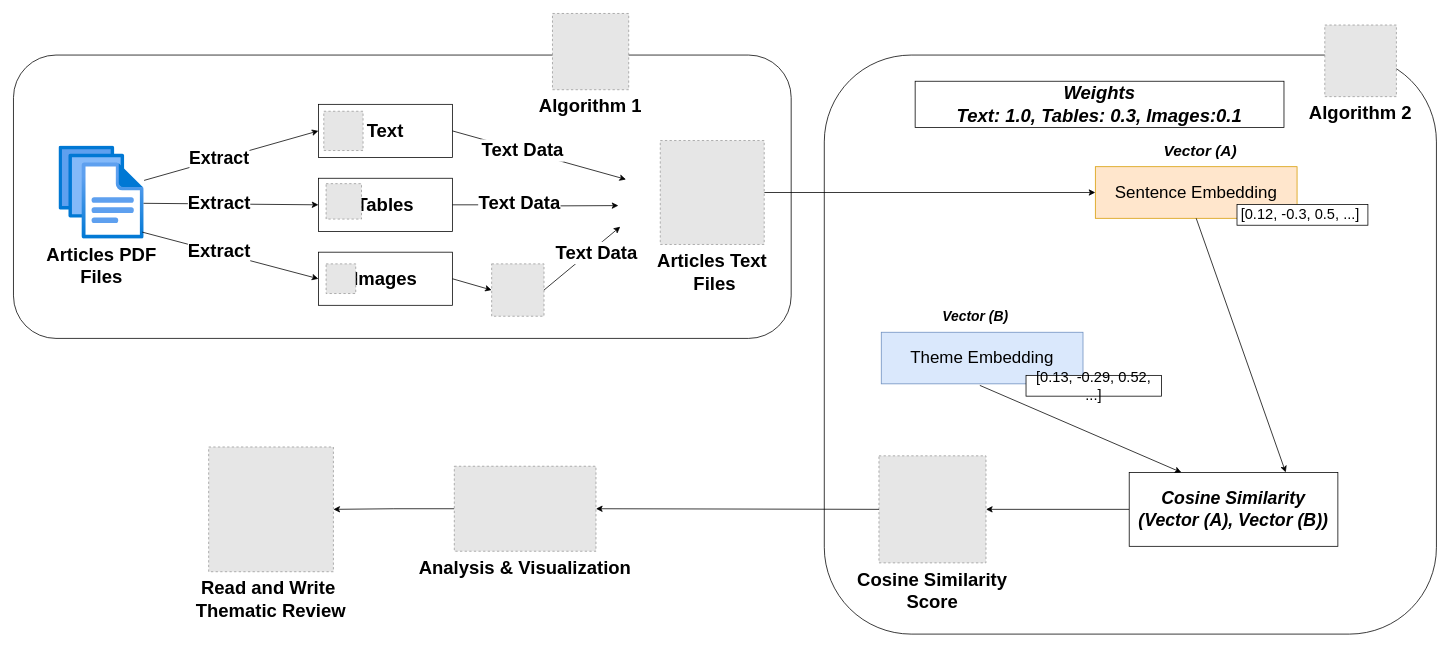
Earlier version of the draw.io diagram LiteratureFramework.drawio (ysenousy/ACC-N-ACE). Source tidied: cells renumbered, new cells numbered last; positions are measured from the earlier drawing's top-left corner, leaving out a move shared by most shapes. Both pictures are drawn from the tidied source at 77%, with x=0, y=0 at pixel (13, 13). Pictures stored in the file or linked from it are replaced by grey dashed boxes.
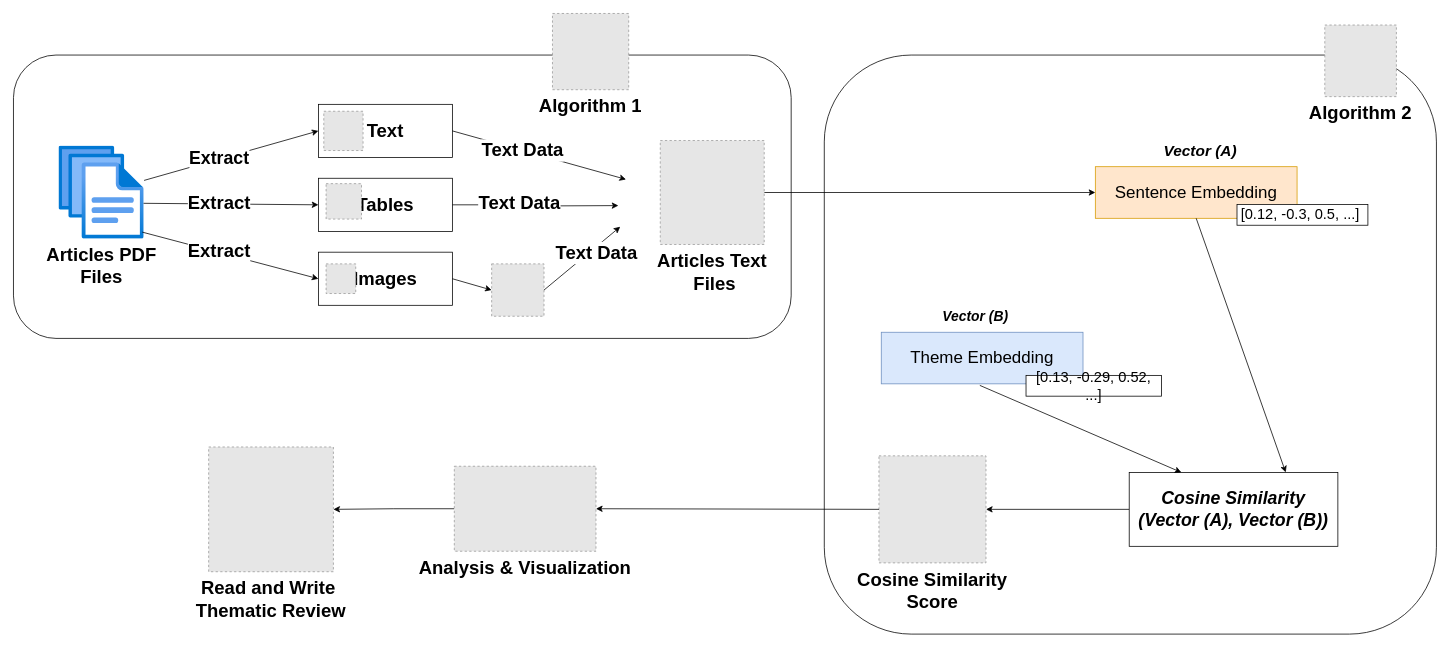
After the change.

The edit, as a diff of the source:
```diff
@@
-    <mxCell id="41" value="&lt;font style=&quot;font-size: 24px;&quot;&gt;&lt;i style=&quot;&quot;&gt;&lt;b style=&quot;&quot;&gt;Weights&lt;/b&gt;&lt;/i&gt;&lt;/font&gt;&lt;div&gt;&lt;font style=&quot;font-size: 24px;&quot;&gt;&lt;i style=&quot;&quot;&gt;&lt;b style=&quot;&quot;&gt;Text: 1.0, Tables: 0.3, Images:0.1&lt;/b&gt;&lt;/i&gt;&lt;/font&gt;&lt;/div&gt;" style="rounded=0;whiteSpace=wrap;html=1;" parent="1" vertex="1">
-      <mxGeometry x="1171" y="88" width="479" height="60" as="geometry" />
-    </mxCell>
```
